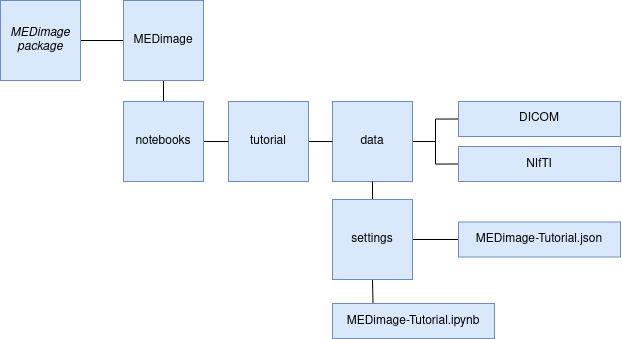
This is notebooks/tutorial/images/MEDimageFolderStructure.png from MahdiAll99/MEDimage, a draw.io export, as it was before one commit. Source tidied: cells renumbered, new cells last; positions are measured from the earlier drawing's top-left corner, leaving out a move shared by most shapes. The source it was exported from:
```xml
<mxGraphModel>
  <root>
    <mxCell id="0" />
    <mxCell id="1" parent="0" />
    <mxCell id="2" style="edgeStyle=orthogonalEdgeStyle;rounded=0;jettySize=auto;html=1;exitX=1;exitY=0.5;exitDx=0;exitDy=0;entryX=0;entryY=0.5;entryDx=0;entryDy=0;endArrow=none;endFill=0;" parent="1" edge="1" source="3" target="5">
      <mxGeometry relative="1" as="geometry" />
    </mxCell>
    <mxCell id="3" value="&lt;i&gt;MEDimage package&lt;br&gt;&lt;/i&gt;" style="whiteSpace=wrap;html=1;fillColor=#dae8fc;strokeColor=#6c8ebf;" parent="1" vertex="1">
      <mxGeometry width="80" height="80" as="geometry" />
    </mxCell>
    <mxCell id="4" style="edgeStyle=orthogonalEdgeStyle;rounded=0;jettySize=auto;html=1;exitX=0.5;exitY=1;exitDx=0;exitDy=0;entryX=0.5;entryY=0;entryDx=0;entryDy=0;endArrow=none;endFill=0;" parent="1" edge="1" source="5" target="17">
      <mxGeometry relative="1" as="geometry" />
    </mxCell>
    <mxCell id="5" value="MEDimage" style="whiteSpace=wrap;html=1;fillColor=#dae8fc;strokeColor=#6c8ebf;" parent="1" vertex="1">
      <mxGeometry x="123" width="80" height="80" as="geometry" />
    </mxCell>
    <mxCell id="6" style="edgeStyle=orthogonalEdgeStyle;rounded=0;jettySize=auto;html=1;exitX=1;exitY=0.5;exitDx=0;exitDy=0;entryX=0;entryY=0.5;entryDx=0;entryDy=0;endArrow=none;endFill=0;" parent="1" edge="1" source="8" target="19">
      <mxGeometry relative="1" as="geometry" />
    </mxCell>
    <mxCell id="7" style="edgeStyle=orthogonalEdgeStyle;rounded=0;jettySize=auto;html=1;exitX=1;exitY=0.5;exitDx=0;exitDy=0;entryX=0;entryY=0.5;entryDx=0;entryDy=0;endArrow=none;endFill=0;" parent="1" edge="1" source="8" target="20">
      <mxGeometry relative="1" as="geometry" />
    </mxCell>
    <mxCell id="8" value="data" style="whiteSpace=wrap;html=1;fillColor=#dae8fc;strokeColor=#6c8ebf;" parent="1" vertex="1">
      <mxGeometry x="332" y="101" width="80" height="80" as="geometry" />
    </mxCell>
    <mxCell id="9" style="edgeStyle=orthogonalEdgeStyle;rounded=0;jettySize=auto;html=1;exitX=0.5;exitY=0;exitDx=0;exitDy=0;entryX=0.5;entryY=1;entryDx=0;entryDy=0;endArrow=none;endFill=0;" parent="1" edge="1" source="12" target="8">
      <mxGeometry relative="1" as="geometry" />
    </mxCell>
    <mxCell id="10" style="edgeStyle=orthogonalEdgeStyle;rounded=0;jettySize=auto;html=1;exitX=1;exitY=0.5;exitDx=0;exitDy=0;entryX=0;entryY=0.5;entryDx=0;entryDy=0;endArrow=none;endFill=0;" parent="1" edge="1" source="12" target="15">
      <mxGeometry relative="1" as="geometry" />
    </mxCell>
    <mxCell id="11" style="edgeStyle=orthogonalEdgeStyle;rounded=0;jettySize=auto;html=1;exitX=0.5;exitY=1;exitDx=0;exitDy=0;entryX=0.25;entryY=0;entryDx=0;entryDy=0;endArrow=none;endFill=0;" parent="1" edge="1" source="12" target="18">
      <mxGeometry relative="1" as="geometry" />
    </mxCell>
    <mxCell id="12" value="settings" style="whiteSpace=wrap;html=1;fillColor=#dae8fc;strokeColor=#6c8ebf;" parent="1" vertex="1">
      <mxGeometry x="332" y="199" width="80" height="80" as="geometry" />
    </mxCell>
    <mxCell id="13" style="edgeStyle=orthogonalEdgeStyle;rounded=0;jettySize=auto;html=1;exitX=1;exitY=0.5;exitDx=0;exitDy=0;entryX=0;entryY=0.5;entryDx=0;entryDy=0;endArrow=none;endFill=0;" parent="1" edge="1" source="14" target="8">
      <mxGeometry relative="1" as="geometry" />
    </mxCell>
    <mxCell id="14" value="tutorial" style="whiteSpace=wrap;html=1;fillColor=#dae8fc;strokeColor=#6c8ebf;" parent="1" vertex="1">
      <mxGeometry x="228" y="101" width="80" height="80" as="geometry" />
    </mxCell>
    <mxCell id="15" value="MEDimage-Tutorial.json" style="rounded=0;whiteSpace=wrap;html=1;fillColor=#DAE8FC;strokeColor=#6C8EBF;" parent="1" vertex="1">
      <mxGeometry x="458" y="221.5" width="162" height="35" as="geometry" />
    </mxCell>
    <mxCell id="16" style="edgeStyle=orthogonalEdgeStyle;rounded=0;jettySize=auto;html=1;exitX=1;exitY=0.5;exitDx=0;exitDy=0;entryX=0;entryY=0.5;entryDx=0;entryDy=0;endArrow=none;endFill=0;" parent="1" edge="1" source="17" target="14">
      <mxGeometry relative="1" as="geometry" />
    </mxCell>
    <mxCell id="17" value="notebooks" style="whiteSpace=wrap;html=1;fillColor=#dae8fc;strokeColor=#6c8ebf;" parent="1" vertex="1">
      <mxGeometry x="123" y="101" width="80" height="80" as="geometry" />
    </mxCell>
    <mxCell id="18" value="MEDimage-Tutorial.ipynb" style="rounded=0;whiteSpace=wrap;html=1;fillColor=#DAE8FC;strokeColor=#6C8EBF;" parent="1" vertex="1">
      <mxGeometry x="332" y="303" width="162" height="35" as="geometry" />
    </mxCell>
    <mxCell id="19" value="DICOM" style="rounded=0;whiteSpace=wrap;html=1;fillColor=#DAE8FC;strokeColor=#6C8EBF;" parent="1" vertex="1">
      <mxGeometry x="458" y="101" width="162" height="35" as="geometry" />
    </mxCell>
    <mxCell id="20" value="NIfTI" style="rounded=0;whiteSpace=wrap;html=1;fillColor=#DAE8FC;strokeColor=#6C8EBF;" parent="1" vertex="1">
      <mxGeometry x="458" y="146" width="162" height="35" as="geometry" />
    </mxCell>
  </root>
</mxGraphModel>
```
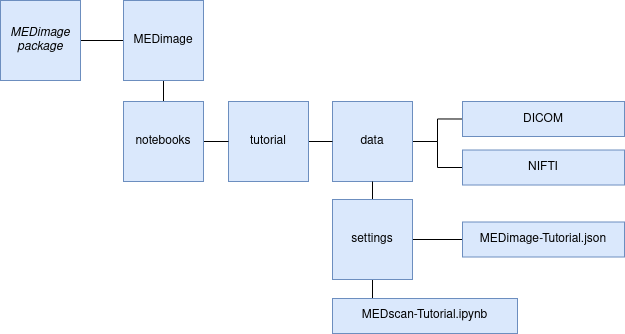
After the change.

Change to the diagram source:
```diff
@@ -8,7 +8,7 @@
     <mxCell id="3" value="&lt;i&gt;MEDimage package&lt;br&gt;&lt;/i&gt;" style="whiteSpace=wrap;html=1;fillColor=#dae8fc;strokeColor=#6c8ebf;" parent="1" vertex="1">
       <mxGeometry width="80" height="80" as="geometry" />
     </mxCell>
-    <mxCell id="4" style="edgeStyle=orthogonalEdgeStyle;rounded=0;jettySize=auto;html=1;exitX=0.5;exitY=1;exitDx=0;exitDy=0;entryX=0.5;entryY=0;entryDx=0;entryDy=0;endArrow=none;endFill=0;" parent="1" edge="1" source="5" target="17">
+    <mxCell id="4" style="edgeStyle=orthogonalEdgeStyle;rounded=0;jettySize=auto;html=1;exitX=0.5;exitY=1;exitDx=0;exitDy=0;entryX=0.5;entryY=0;entryDx=0;entryDy=0;endArrow=none;endFill=0;" parent="1" edge="1" source="5" target="18">
       <mxGeometry relative="1" as="geometry" />
     </mxCell>
     <mxCell id="5" value="MEDimage" style="whiteSpace=wrap;html=1;fillColor=#dae8fc;strokeColor=#6c8ebf;" parent="1" vertex="1">
@@ -29,8 +29,10 @@
     <mxCell id="10" style="edgeStyle=orthogonalEdgeStyle;rounded=0;jettySize=auto;html=1;exitX=1;exitY=0.5;exitDx=0;exitDy=0;entryX=0;entryY=0.5;entryDx=0;entryDy=0;endArrow=none;endFill=0;" parent="1" edge="1" source="12" target="15">
       <mxGeometry relative="1" as="geometry" />
     </mxCell>
-    <mxCell id="11" style="edgeStyle=orthogonalEdgeStyle;rounded=0;jettySize=auto;html=1;exitX=0.5;exitY=1;exitDx=0;exitDy=0;entryX=0.25;entryY=0;entryDx=0;entryDy=0;endArrow=none;endFill=0;" parent="1" edge="1" source="12" target="18">
-      <mxGeometry relative="1" as="geometry" />
+    <mxCell id="11" style="edgeStyle=orthogonalEdgeStyle;rounded=0;jettySize=auto;html=1;exitX=0.5;exitY=1;exitDx=0;exitDy=0;endArrow=none;endFill=0;" parent="1" edge="1" source="12">
+      <mxGeometry relative="1" as="geometry">
+        <mxPoint x="372" y="298" as="targetPoint" />
+      </mxGeometry>
     </mxCell>
     <mxCell id="12" value="settings" style="whiteSpace=wrap;html=1;fillColor=#dae8fc;strokeColor=#6c8ebf;" parent="1" vertex="1">
       <mxGeometry x="332" y="199" width="80" height="80" as="geometry" />
@@ -42,22 +44,22 @@
       <mxGeometry x="228" y="101" width="80" height="80" as="geometry" />
     </mxCell>
     <mxCell id="15" value="MEDimage-Tutorial.json" style="rounded=0;whiteSpace=wrap;html=1;fillColor=#DAE8FC;strokeColor=#6C8EBF;" parent="1" vertex="1">
-      <mxGeometry x="458" y="221.5" width="162" height="35" as="geometry" />
+      <mxGeometry x="462" y="221.5" width="162" height="35" as="geometry" />
     </mxCell>
-    <mxCell id="16" style="edgeStyle=orthogonalEdgeStyle;rounded=0;jettySize=auto;html=1;exitX=1;exitY=0.5;exitDx=0;exitDy=0;entryX=0;entryY=0.5;entryDx=0;entryDy=0;endArrow=none;endFill=0;" parent="1" edge="1" source="17" target="14">
-      <mxGeometry relative="1" as="geometry" />
+    <mxCell id="16" value="MEDscan-Tutorial.ipynb" style="rounded=0;whiteSpace=wrap;html=1;fillColor=#DAE8FC;strokeColor=#6C8EBF;" parent="1" vertex="1">
+      <mxGeometry x="332" y="298" width="185" height="35" as="geometry" />
     </mxCell>
-    <mxCell id="17" value="notebooks" style="whiteSpace=wrap;html=1;fillColor=#dae8fc;strokeColor=#6c8ebf;" parent="1" vertex="1">
-      <mxGeometry x="123" y="101" width="80" height="80" as="geometry" />
+    <mxCell id="17" style="edgeStyle=orthogonalEdgeStyle;rounded=0;jettySize=auto;html=1;exitX=1;exitY=0.5;exitDx=0;exitDy=0;entryX=0;entryY=0.5;entryDx=0;entryDy=0;endArrow=none;endFill=0;" parent="1" edge="1" source="18" target="14">
+      <mxGeometry relative="1" as="geometry" />
     </mxCell>
-    <mxCell id="18" value="MEDimage-Tutorial.ipynb" style="rounded=0;whiteSpace=wrap;html=1;fillColor=#DAE8FC;strokeColor=#6C8EBF;" parent="1" vertex="1">
-      <mxGeometry x="332" y="303" width="162" height="35" as="geometry" />
+    <mxCell id="18" value="notebooks" style="whiteSpace=wrap;html=1;fillColor=#dae8fc;strokeColor=#6c8ebf;" parent="1" vertex="1">
+      <mxGeometry x="123" y="101" width="80" height="80" as="geometry" />
     </mxCell>
     <mxCell id="19" value="DICOM" style="rounded=0;whiteSpace=wrap;html=1;fillColor=#DAE8FC;strokeColor=#6C8EBF;" parent="1" vertex="1">
-      <mxGeometry x="458" y="101" width="162" height="35" as="geometry" />
+      <mxGeometry x="462" y="101" width="162" height="35" as="geometry" />
     </mxCell>
-    <mxCell id="20" value="NIfTI" style="rounded=0;whiteSpace=wrap;html=1;fillColor=#DAE8FC;strokeColor=#6C8EBF;" parent="1" vertex="1">
-      <mxGeometry x="458" y="146" width="162" height="35" as="geometry" />
+    <mxCell id="20" value="NIFTI" style="rounded=0;whiteSpace=wrap;html=1;fillColor=#DAE8FC;strokeColor=#6C8EBF;" parent="1" vertex="1">
+      <mxGeometry x="462" y="149.5" width="162" height="35" as="geometry" />
     </mxCell>
   </root>
 </mxGraphModel>
```
